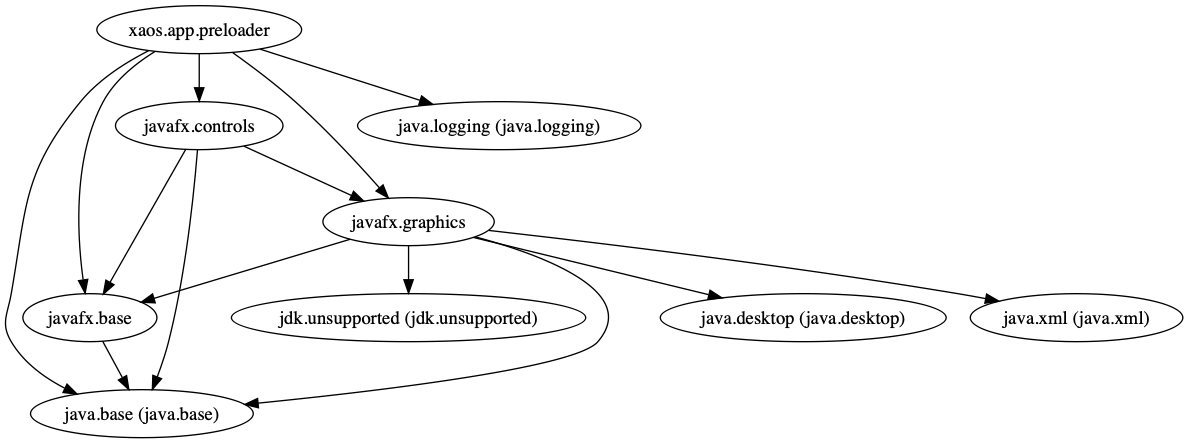
This is xaos.app.preloader.module/doc/module-dependencies.png from ESSICS/XAOS, a Graphviz export, as it was before one commit. Its source is kept beside it as xaos.app.preloader.module/doc/module-dependencies.dot. Its diagram source:
```dot
digraph "summary" {
  "javafx.controls"                                  -> "java.base (java.base)";
  "javafx.controls"                                  -> "javafx.base";
  "javafx.controls"                                  -> "javafx.graphics";
  "javafx.base"                                      -> "java.base (java.base)";
  "javafx.graphics"                                  -> "java.base (java.base)";
  "javafx.graphics"                                  -> "java.desktop (java.desktop)";
  "javafx.graphics"                                  -> "java.xml (java.xml)";
  "javafx.graphics"                                  -> "javafx.base";
  "javafx.graphics"                                  -> "jdk.unsupported (jdk.unsupported)";
  "xaos.app.preloader"                               -> "java.base (java.base)";
  "xaos.app.preloader"                               -> "java.logging (java.logging)";
  "xaos.app.preloader"                               -> "javafx.base";
  "xaos.app.preloader"                               -> "javafx.controls";
  "xaos.app.preloader"                               -> "javafx.graphics";
}
```
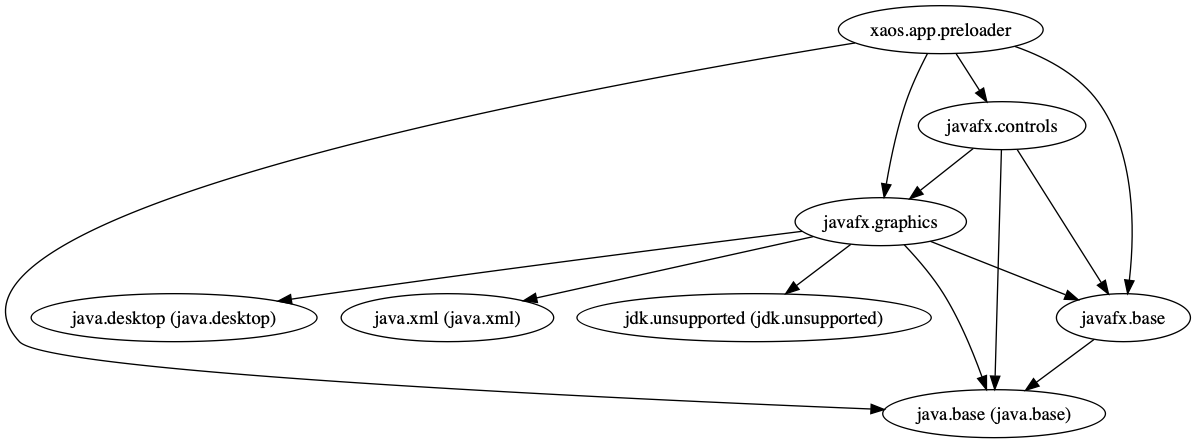
Above is the later version.

The edit, as a diff of the source:
```diff
@@ -9,7 +9,6 @@
   "javafx.graphics"                                  -> "javafx.base";
   "javafx.graphics"                                  -> "jdk.unsupported (jdk.unsupported)";
   "xaos.app.preloader"                               -> "java.base (java.base)";
-  "xaos.app.preloader"                               -> "java.logging (java.logging)";
   "xaos.app.preloader"                               -> "javafx.base";
   "xaos.app.preloader"                               -> "javafx.controls";
   "xaos.app.preloader"                               -> "javafx.graphics";
```
